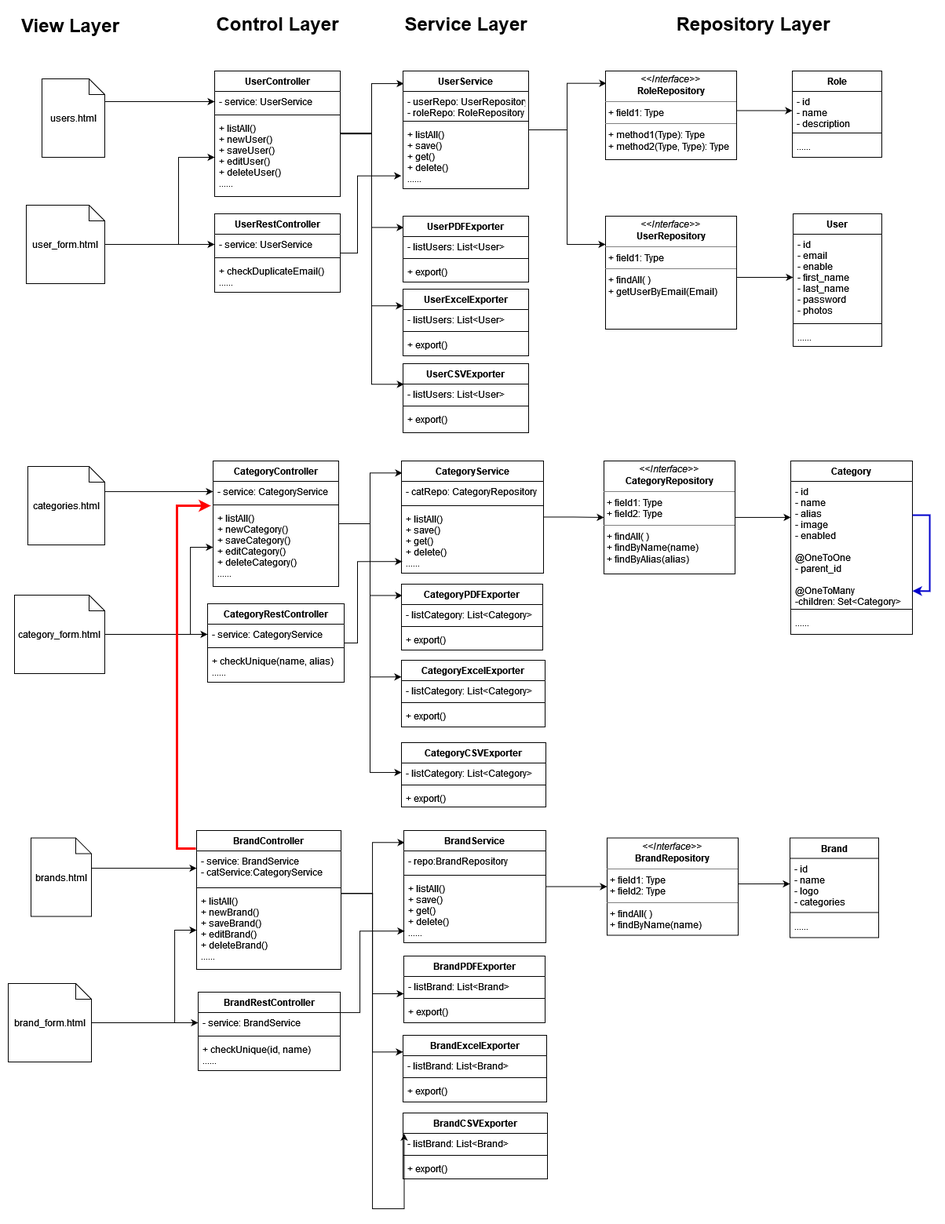
This is 03-Solution Design/02-Use Case, Classes, Database/03-Backend Category Module/Class -Admin-Category Module-01.png from Chufeng-Jiang/Java_SpringBoot_DubaiShop_E-Commerce, a draw.io export, as it was before one commit. Source tidied: cells renumbered, new cells last; positions are measured from the earlier drawing's top-left corner, leaving out a move shared by most shapes.
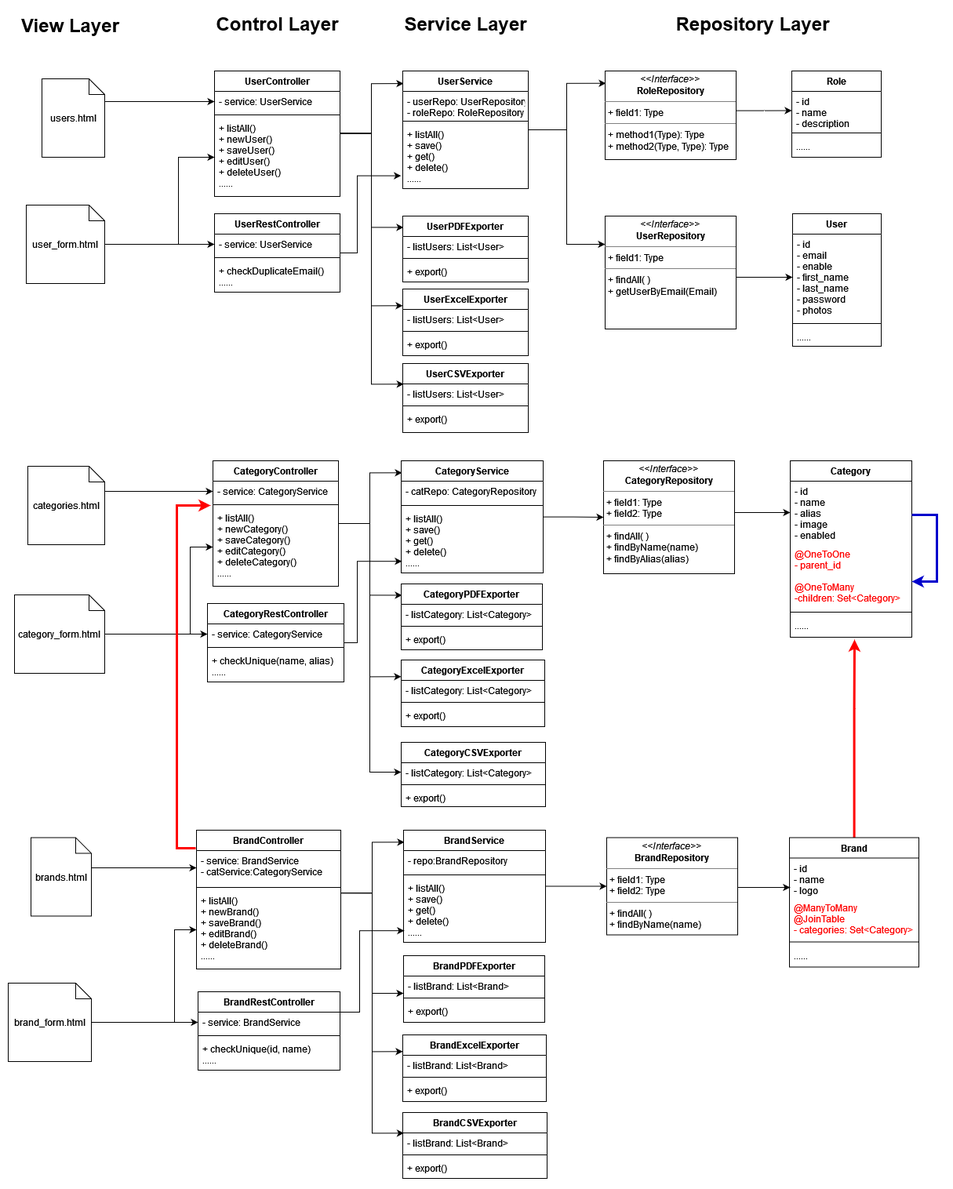
The same diagram one commit later.

Commit message:
Update Class Diagram-Category Module

What changed in the source:
```diff
@@ -309,23 +309,31 @@
     <mxCell id="87" value="+ export()&#10;" style="text;strokeColor=none;fillColor=none;align=left;verticalAlign=top;spacingLeft=4;spacingRight=4;overflow=hidden;" parent="84" vertex="1">
       <mxGeometry y="58" width="184" height="24" as="geometry" />
     </mxCell>
-    <mxCell id="88" style="edgeStyle=orthogonalEdgeStyle;rounded=0;jettySize=auto;html=1;entryX=0;entryY=0.289;entryDx=0;entryDy=0;entryPerimeter=0;fontSize=11;fontColor=#000000;strokeColor=#000000;strokeWidth=1;" parent="1" edge="1" source="89" target="91">
-      <mxGeometry relative="1" as="geometry" />
+    <mxCell id="88" style="edgeStyle=orthogonalEdgeStyle;rounded=0;jettySize=auto;html=1;entryX=0;entryY=0.5;entryDx=0;entryDy=0;fontSize=11;fontColor=#000000;strokeColor=#000000;strokeWidth=1;" parent="1" edge="1" source="89" target="91">
+      <mxGeometry relative="1" as="geometry">
+        <Array as="points">
+          <mxPoint x="967" y="643" />
+          <mxPoint x="967" y="643" />
+        </Array>
+      </mxGeometry>
     </mxCell>
     <mxCell id="89" value="&lt;p style=&quot;margin:0px;margin-top:4px;text-align:center;&quot;&gt;&lt;i&gt;&amp;lt;&amp;lt;Interface&amp;gt;&amp;gt;&lt;/i&gt;&lt;br&gt;&lt;b&gt;CategoryRepository&lt;/b&gt;&lt;/p&gt;&lt;hr size=&quot;1&quot;&gt;&lt;p style=&quot;margin:0px;margin-left:4px;&quot;&gt;+ field1: Type&lt;br&gt;+ field2: Type&lt;/p&gt;&lt;hr size=&quot;1&quot;&gt;&lt;p style=&quot;margin:0px;margin-left:4px;&quot;&gt;+ findAll( )&lt;br&gt;+ findByName(name)&lt;/p&gt;&lt;p style=&quot;margin:0px;margin-left:4px;&quot;&gt;+ findByAlias(alias)&lt;br&gt;&lt;/p&gt;" style="verticalAlign=top;align=left;overflow=fill;fontSize=12;fontFamily=Helvetica;html=1;" parent="1" vertex="1">
       <mxGeometry x="759" y="577" width="167" height="144" as="geometry" />
     </mxCell>
     <mxCell id="90" value="Category" style="swimlane;fontStyle=1;align=center;verticalAlign=top;horizontal=1;startSize=26;" parent="1" vertex="1">
-      <mxGeometry x="997" y="577" width="155" height="221" as="geometry" />
+      <mxGeometry x="997" y="577" width="155" height="225" as="geometry" />
     </mxCell>
-    <mxCell id="91" value="- id&#10;- name&#10;- alias&#10;- image&#10;- enabled&#10; &#10;@OneToOne&#10;- parent_id&#10;&#10;@OneToMany&#10;-children: Set&lt;Category&gt;&#10;&#10;&#10;" style="text;strokeColor=none;fillColor=none;align=left;verticalAlign=top;spacingLeft=4;spacingRight=4;overflow=hidden;points=[[0,0.5],[1,0.5]];portConstraint=eastwest;fontColor=#000000;" parent="90" vertex="1">
-      <mxGeometry y="26" width="155" height="159" as="geometry" />
+    <mxCell id="91" value="- id&#10;- name&#10;- alias&#10;- image&#10;- enabled&#10; &#10;&#10;" style="text;strokeColor=none;fillColor=none;align=left;verticalAlign=top;spacingLeft=4;spacingRight=4;overflow=hidden;points=[[0,0.5],[1,0.5]];portConstraint=eastwest;fontColor=#000000;" parent="90" vertex="1">
+      <mxGeometry y="26" width="155" height="80" as="geometry" />
     </mxCell>
+    <mxCell id="138" value="@OneToOne&#10;- parent_id&#10;&#10;@OneToMany&#10;-children: Set&lt;Category&gt;&#10;&#10;&#10;" style="text;strokeColor=none;fillColor=none;align=left;verticalAlign=top;spacingLeft=4;spacingRight=4;overflow=hidden;fontColor=#FF0000;" parent="90" vertex="1">
+      <mxGeometry y="106" width="155" height="83" as="geometry" />
+    </mxCell>
     <mxCell id="92" style="line;strokeWidth=1;fillColor=none;align=left;verticalAlign=middle;spacingTop=-1;spacingLeft=3;spacingRight=3;labelPosition=right;" parent="90" vertex="1">
-      <mxGeometry y="185" width="155" height="8" as="geometry" />
+      <mxGeometry y="189" width="155" height="8" as="geometry" />
     </mxCell>
     <mxCell id="93" value="......&#10;" style="text;strokeColor=none;fillColor=none;align=left;verticalAlign=top;spacingLeft=4;spacingRight=4;overflow=hidden;points=[[0,0.5],[1,0.5]];portConstraint=eastwest;" parent="90" vertex="1">
-      <mxGeometry y="193" width="155" height="28" as="geometry" />
+      <mxGeometry y="197" width="155" height="28" as="geometry" />
     </mxCell>
     <mxCell id="94" style="edgeStyle=orthogonalEdgeStyle;rounded=0;jettySize=auto;html=1;" parent="1" edge="1" source="95" target="105">
       <mxGeometry relative="1" as="geometry">
@@ -380,7 +388,7 @@
       <mxGeometry relative="1" as="geometry">
         <Array as="points">
           <mxPoint x="464" y="1128" />
-          <mxPoint x="464" y="1530" />
+          <mxPoint x="464" y="1434" />
         </Array>
       </mxGeometry>
     </mxCell>
@@ -478,28 +486,39 @@
     <mxCell id="129" value="+ export()&#10;" style="text;strokeColor=none;fillColor=none;align=left;verticalAlign=top;spacingLeft=4;spacingRight=4;overflow=hidden;" parent="126" vertex="1">
       <mxGeometry y="58" width="184" height="26" as="geometry" />
     </mxCell>
-    <mxCell id="130" style="edgeStyle=orthogonalEdgeStyle;rounded=0;jettySize=auto;html=1;entryX=0;entryY=0.5;entryDx=0;entryDy=0;strokeColor=#000000;" parent="1" edge="1" source="131" target="133">
+    <mxCell id="130" style="edgeStyle=orthogonalEdgeStyle;rounded=0;jettySize=auto;html=1;strokeColor=#000000;entryX=0.005;entryY=0.75;entryDx=0;entryDy=0;entryPerimeter=0;" parent="1" edge="1" source="131" target="133">
       <mxGeometry relative="1" as="geometry">
         <Array as="points">
-          <mxPoint x="944" y="1116" />
-          <mxPoint x="944" y="1116" />
+          <mxPoint x="961" y="1121" />
+          <mxPoint x="961" y="1121" />
         </Array>
       </mxGeometry>
     </mxCell>
     <mxCell id="131" value="&lt;p style=&quot;margin:0px;margin-top:4px;text-align:center;&quot;&gt;&lt;i&gt;&amp;lt;&amp;lt;Interface&amp;gt;&amp;gt;&lt;/i&gt;&lt;br&gt;&lt;b&gt;BrandRepository&lt;/b&gt;&lt;/p&gt;&lt;hr size=&quot;1&quot;&gt;&lt;p style=&quot;margin:0px;margin-left:4px;&quot;&gt;+ field1: Type&lt;br&gt;+ field2: Type&lt;/p&gt;&lt;hr size=&quot;1&quot;&gt;&lt;p style=&quot;margin:0px;margin-left:4px;&quot;&gt;+ findAll( )&lt;br&gt;+ findByName(name)&lt;/p&gt;" style="verticalAlign=top;align=left;overflow=fill;fontSize=12;fontFamily=Helvetica;html=1;" parent="1" vertex="1">
       <mxGeometry x="763" y="1057.5" width="167" height="124" as="geometry" />
     </mxCell>
+    <mxCell id="139" style="edgeStyle=orthogonalEdgeStyle;rounded=0;jettySize=auto;html=1;fontSize=11;fontColor=#FF0000;strokeColor=#FF0000;strokeWidth=3;entryX=0.529;entryY=1.107;entryDx=0;entryDy=0;entryPerimeter=0;" parent="1" edge="1" source="132" target="93">
+      <mxGeometry relative="1" as="geometry">
+        <Array as="points">
+          <mxPoint x="1079" y="893" />
+          <mxPoint x="1079" y="893" />
+        </Array>
+      </mxGeometry>
+    </mxCell>
     <mxCell id="132" value="Brand" style="swimlane;fontStyle=1;align=center;verticalAlign=top;horizontal=1;startSize=26;" parent="1" vertex="1">
-      <mxGeometry x="996" y="1057.5" width="113" height="127" as="geometry" />
+      <mxGeometry x="996" y="1057.5" width="165" height="165" as="geometry" />
     </mxCell>
-    <mxCell id="133" value="- id&#10;- name&#10;- logo&#10;- categories&#10;&#10;" style="text;strokeColor=none;fillColor=none;align=left;verticalAlign=top;spacingLeft=4;spacingRight=4;overflow=hidden;points=[[0,0.5],[1,0.5]];portConstraint=eastwest;" parent="132" vertex="1">
-      <mxGeometry y="26" width="113" height="65" as="geometry" />
+    <mxCell id="133" value="- id&#10;- name&#10;- logo&#10;&#10;" style="text;strokeColor=none;fillColor=none;align=left;verticalAlign=top;spacingLeft=4;spacingRight=4;overflow=hidden;points=[[0,0.5],[1,0.5]];portConstraint=eastwest;" parent="132" vertex="1">
+      <mxGeometry y="26" width="165" height="50" as="geometry" />
     </mxCell>
+    <mxCell id="140" value="@ManyToMany&#10;@JoinTable&#10;- categories: Set&lt;Category&gt;&#10;&#10;" style="text;strokeColor=none;fillColor=none;align=left;verticalAlign=top;spacingLeft=4;spacingRight=4;overflow=hidden;fontColor=#FF0000;" parent="132" vertex="1">
+      <mxGeometry y="76" width="165" height="53" as="geometry" />
+    </mxCell>
     <mxCell id="134" style="line;strokeWidth=1;fillColor=none;align=left;verticalAlign=middle;spacingTop=-1;spacingLeft=3;spacingRight=3;labelPosition=right;" parent="132" vertex="1">
-      <mxGeometry y="91" width="113" height="8" as="geometry" />
+      <mxGeometry y="129" width="165" height="8" as="geometry" />
     </mxCell>
     <mxCell id="135" value="......&#10;" style="text;strokeColor=none;fillColor=none;align=left;verticalAlign=top;spacingLeft=4;spacingRight=4;overflow=hidden;" parent="132" vertex="1">
-      <mxGeometry y="99" width="113" height="28" as="geometry" />
+      <mxGeometry y="137" width="165" height="28" as="geometry" />
     </mxCell>
     <mxCell id="136" style="edgeStyle=orthogonalEdgeStyle;rounded=0;jettySize=auto;html=1;entryX=0;entryY=0.5;entryDx=0;entryDy=0;strokeColor=#000000;" parent="1" edge="1" source="65" target="85">
       <mxGeometry relative="1" as="geometry">
@@ -509,11 +528,12 @@
         </Array>
       </mxGeometry>
     </mxCell>
-    <mxCell id="137" style="edgeStyle=orthogonalEdgeStyle;rounded=0;orthogonalLoop=1;jettySize=auto;html=1;entryX=1;entryY=0.75;entryDx=0;entryDy=0;fontSize=11;fontColor=#000000;strokeColor=#0000CC;strokeWidth=2;" parent="1" edge="1" source="90" target="90">
+    <mxCell id="137" style="edgeStyle=orthogonalEdgeStyle;rounded=0;jettySize=auto;html=1;fontSize=11;fontColor=#000000;strokeColor=#0000CC;strokeWidth=3;" parent="1" edge="1" source="90">
       <mxGeometry relative="1" as="geometry">
+        <mxPoint x="1152" y="731" as="targetPoint" />
         <Array as="points">
-          <mxPoint x="1174" y="646" />
-          <mxPoint x="1174" y="743" />
+          <mxPoint x="1184" y="646" />
+          <mxPoint x="1184" y="731" />
         </Array>
       </mxGeometry>
     </mxCell>
```
